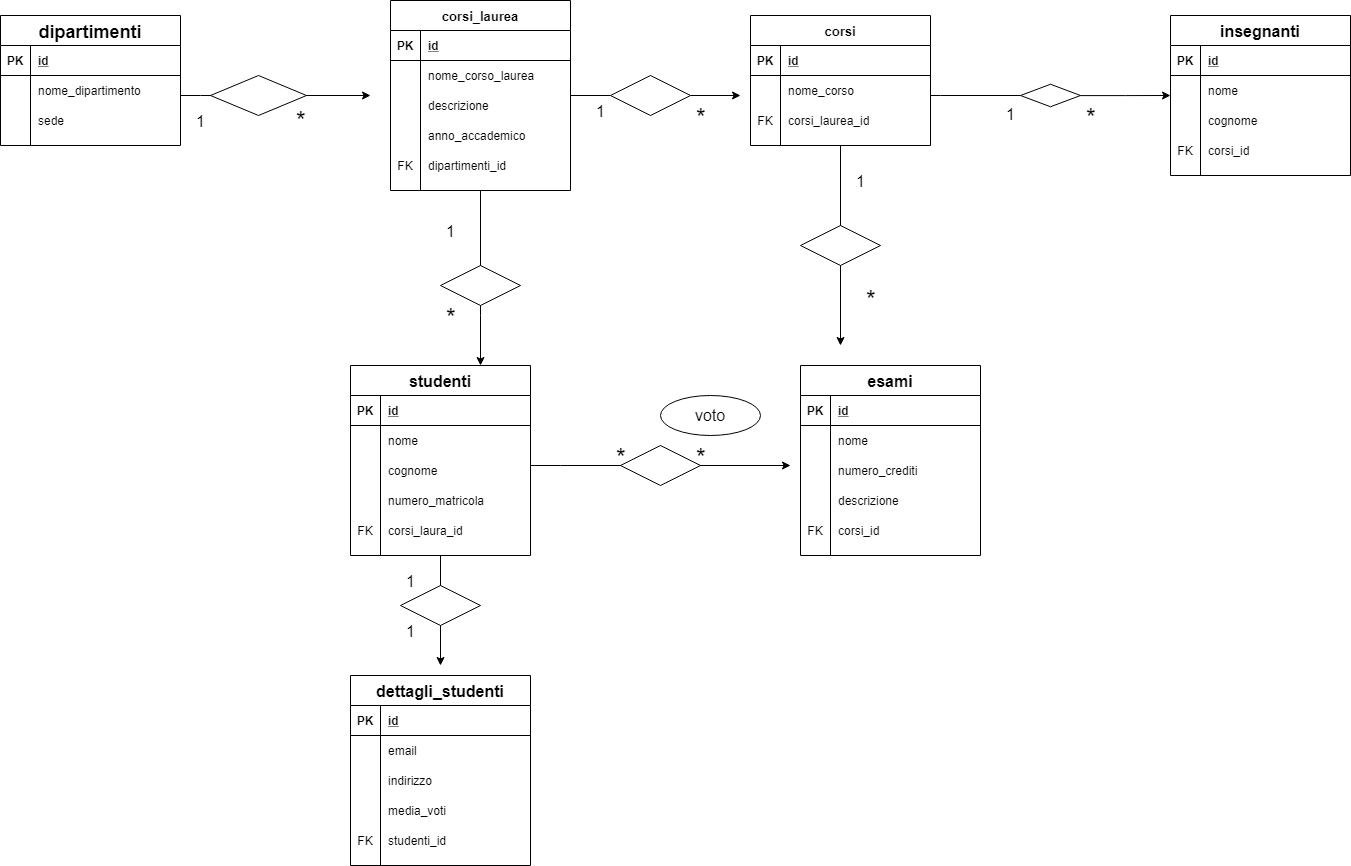
Earlier version of the draw.io export university.png (Ari88anna/db-university). Source tidied: cells renumbered, new cells last; positions are measured from the earlier drawing's top-left corner, leaving out a move shared by most shapes.
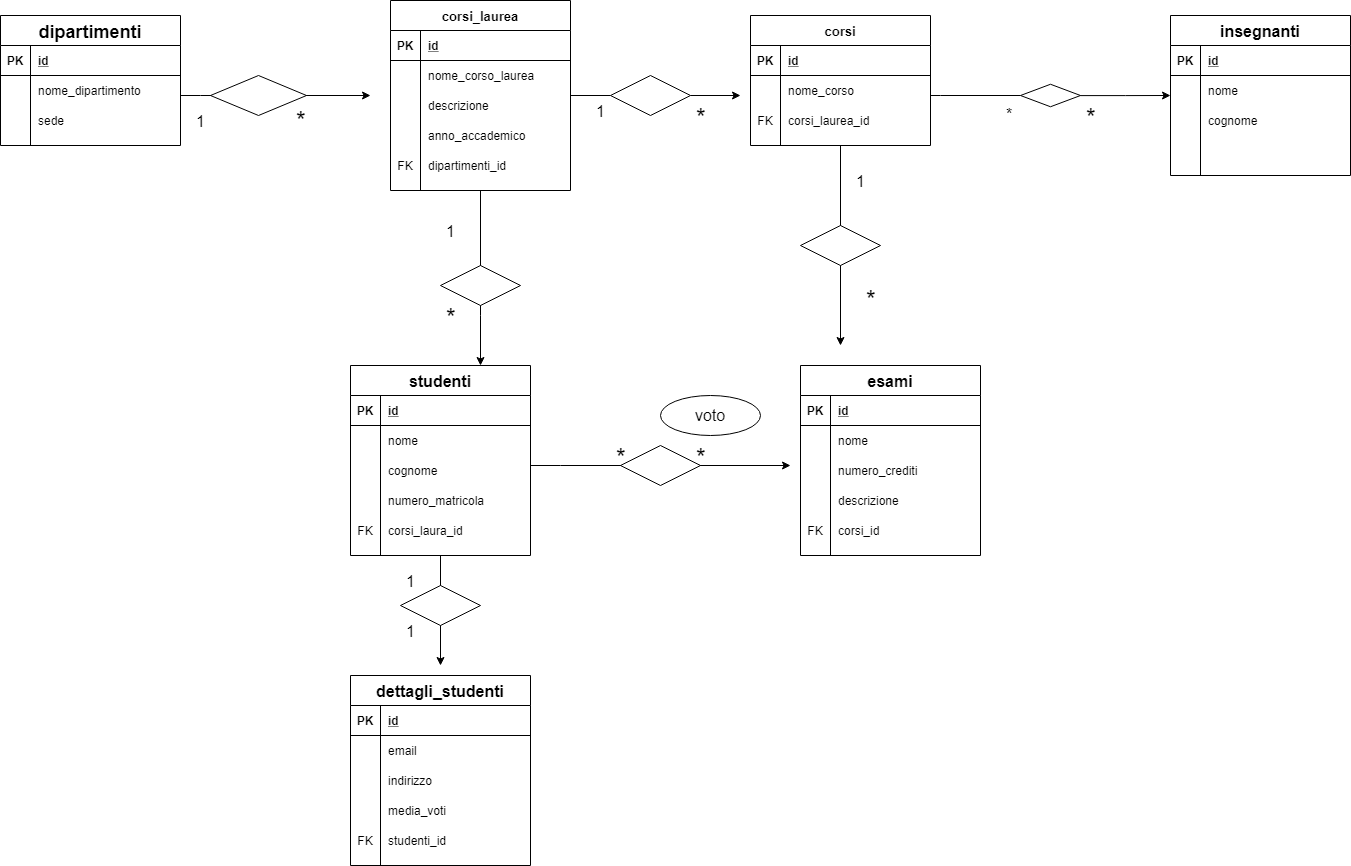
Later version of the same file.

Commit message:
esercizio corretto

The edit, as a diff of the source:
```diff
@@ -188,10 +188,10 @@
     <mxCell id="58" style="shape=partialRectangle;fillColor=none;top=0;left=0;bottom=0;right=0;" parent="48" vertex="1">
       <mxGeometry y="120" width="180" height="30" as="geometry" />
     </mxCell>
-    <mxCell id="59" value="FK" style="shape=partialRectangle;fillColor=none;top=0;left=0;bottom=0;right=0;overflow=hidden;" parent="58" vertex="1">
+    <mxCell id="59" style="shape=partialRectangle;fillColor=none;top=0;left=0;bottom=0;right=0;overflow=hidden;" parent="58" vertex="1">
       <mxGeometry width="30" height="30" as="geometry" />
     </mxCell>
-    <mxCell id="60" value="corsi_id" style="shape=partialRectangle;fillColor=none;top=0;left=0;bottom=0;right=0;align=left;spacingLeft=6;overflow=hidden;" parent="58" vertex="1">
+    <mxCell id="60" style="shape=partialRectangle;fillColor=none;top=0;left=0;bottom=0;right=0;align=left;spacingLeft=6;overflow=hidden;" parent="58" vertex="1">
       <mxGeometry x="30" width="150" height="30" as="geometry" />
     </mxCell>
     <mxCell id="61" style="shape=rhombus;perimeter=rhombusPerimeter;whiteSpace=wrap;html=1;align=center;fontSize=18;" parent="1" vertex="1">
@@ -214,7 +214,7 @@
     <mxCell id="65" value="*" style="text;strokeColor=none;fillColor=none;spacingLeft=4;spacingRight=4;overflow=hidden;fontSize=25;" parent="1" vertex="1">
       <mxGeometry x="1080" y="95" width="40" height="30" as="geometry" />
     </mxCell>
-    <mxCell id="66" value="1" style="text;strokeColor=none;fillColor=none;spacingLeft=4;spacingRight=4;overflow=hidden;fontSize=16;" parent="1" vertex="1">
+    <mxCell id="66" value="*" style="text;strokeColor=none;fillColor=none;spacingLeft=4;spacingRight=4;overflow=hidden;fontSize=16;" parent="1" vertex="1">
       <mxGeometry x="1000" y="97.5" width="40" height="30" as="geometry" />
     </mxCell>
     <mxCell id="67" style="edgeStyle=orthogonalEdgeStyle;rounded=0;jettySize=auto;html=1;fontSize=16;startArrow=none;" parent="1" edge="1" source="105">
```
